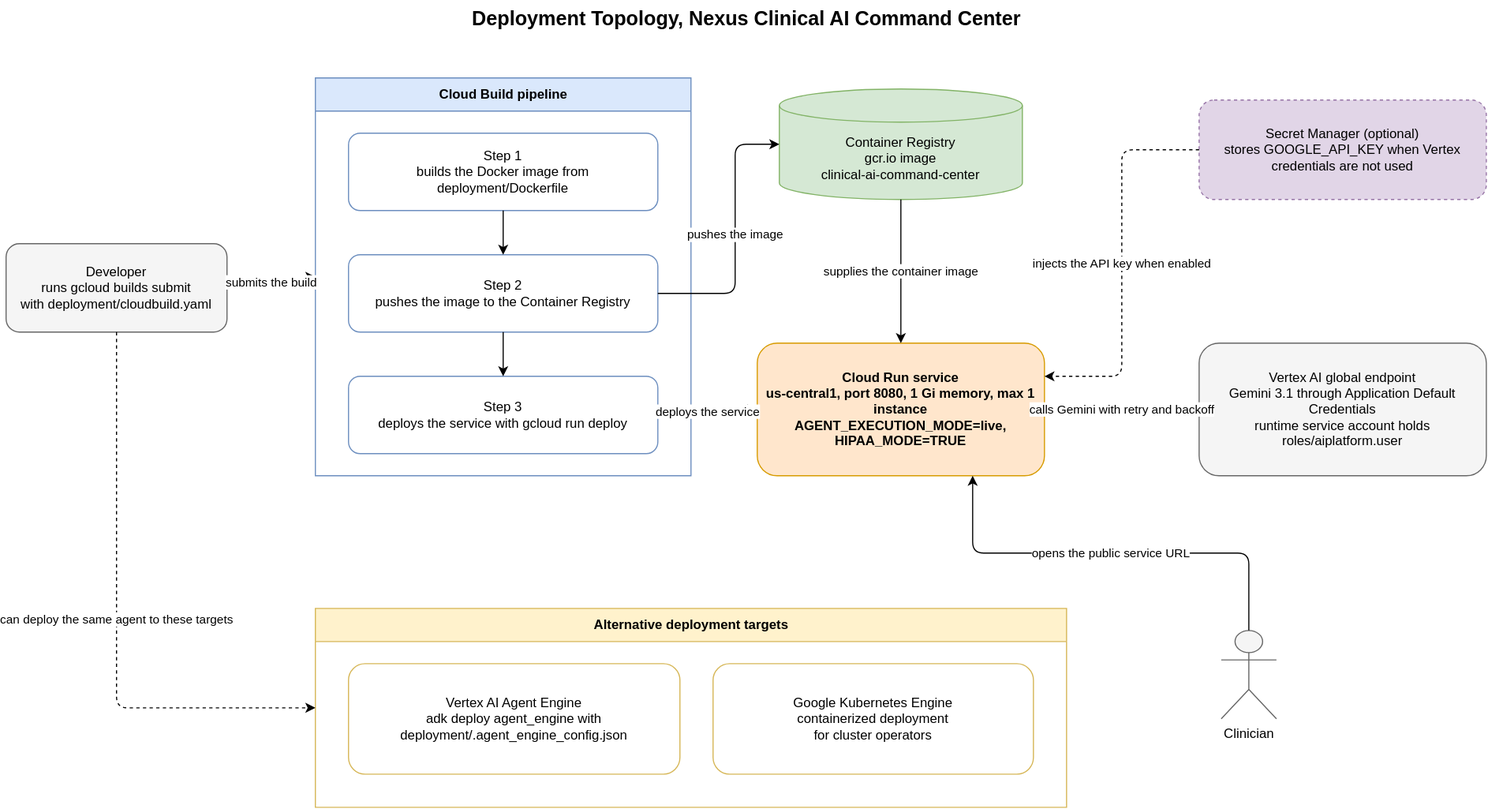
GeorgiNaydenov/Google-Capstone-Project keeps this draw.io diagram as frontend/public/diagrams/svg/04-deployment-topology.svg. Above is the earlier version. Source tidied: cells renumbered, new cells last; positions are measured from the earlier drawing's top-left corner, leaving out a move shared by most shapes.
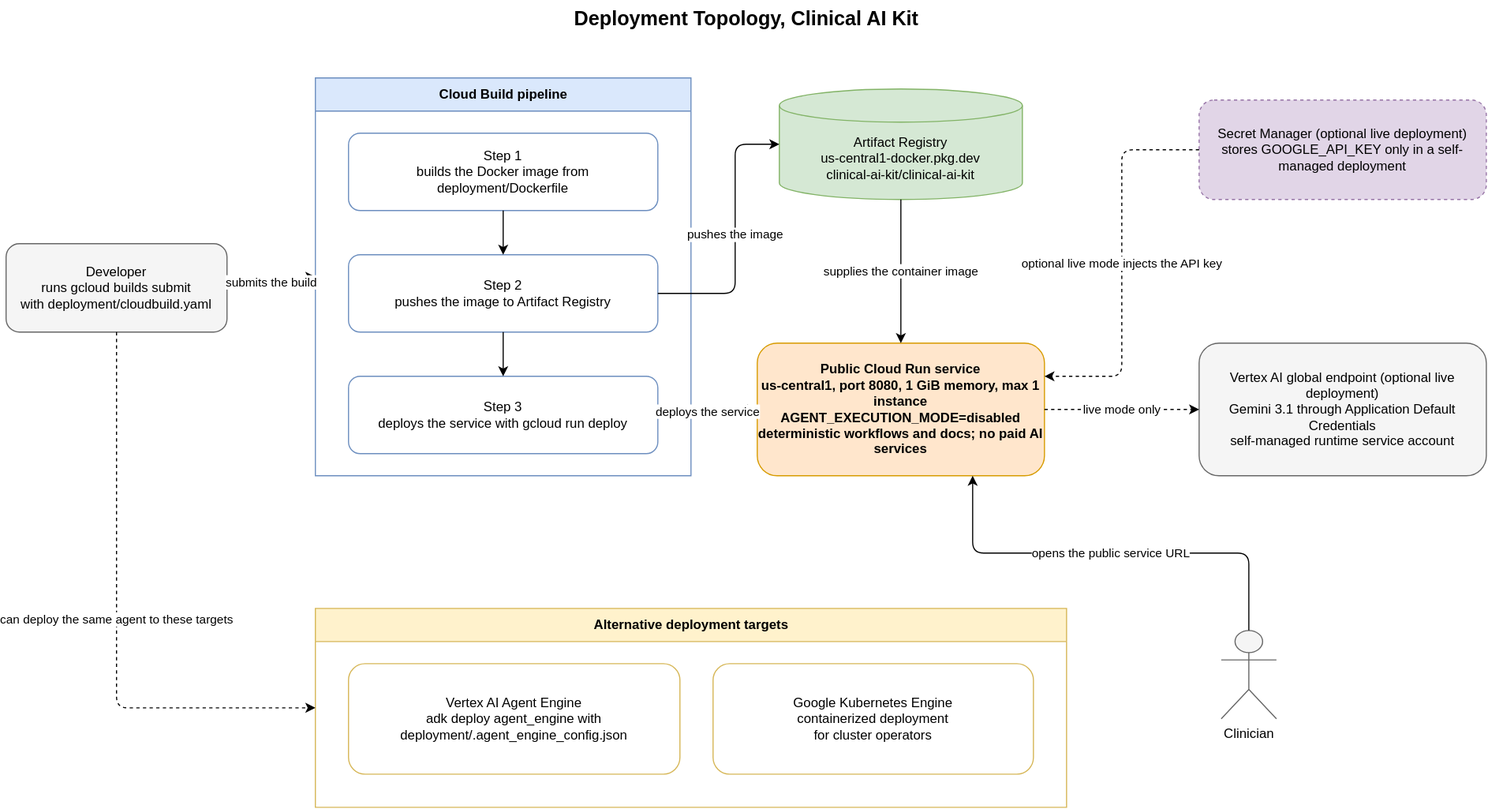
Later version of the same file.

Diff of the diagram source:
```diff
@@ -2,7 +2,7 @@
   <root>
     <mxCell id="0" />
     <mxCell id="1" parent="0" />
-    <mxCell id="2" value="Deployment Topology, Nexus Clinical AI Command Center" style="text;html=1;fontSize=18;fontStyle=1;align=center;" parent="1" vertex="1">
+    <mxCell id="2" value="Deployment Topology, Clinical AI Kit" style="text;html=1;fontSize=18;fontStyle=1;align=center;" parent="1" vertex="1">
       <mxGeometry x="320" width="700" height="30" as="geometry" />
     </mxCell>
     <mxCell id="3" value="Developer&#10;runs gcloud builds submit&#10;with deployment/cloudbuild.yaml" style="rounded=1;whiteSpace=wrap;html=1;fillColor=#f5f5f5;strokeColor=#666666;" parent="1" vertex="1">
@@ -14,22 +14,22 @@
     <mxCell id="5" value="Step 1&#10;builds the Docker image from deployment/Dockerfile" style="rounded=1;whiteSpace=wrap;html=1;fillColor=#ffffff;strokeColor=#6c8ebf;" parent="4" vertex="1">
       <mxGeometry x="30" y="50" width="280" height="70" as="geometry" />
     </mxCell>
-    <mxCell id="6" value="Step 2&#10;pushes the image to the Container Registry" style="rounded=1;whiteSpace=wrap;html=1;fillColor=#ffffff;strokeColor=#6c8ebf;" parent="4" vertex="1">
+    <mxCell id="6" value="Step 2&#10;pushes the image to Artifact Registry" style="rounded=1;whiteSpace=wrap;html=1;fillColor=#ffffff;strokeColor=#6c8ebf;" parent="4" vertex="1">
       <mxGeometry x="30" y="160" width="280" height="70" as="geometry" />
     </mxCell>
     <mxCell id="7" value="Step 3&#10;deploys the service with gcloud run deploy" style="rounded=1;whiteSpace=wrap;html=1;fillColor=#ffffff;strokeColor=#6c8ebf;" parent="4" vertex="1">
       <mxGeometry x="30" y="270" width="280" height="70" as="geometry" />
     </mxCell>
-    <mxCell id="8" value="Container Registry&#10;gcr.io image&#10;clinical-ai-command-center" style="shape=cylinder3;whiteSpace=wrap;html=1;fillColor=#d5e8d4;strokeColor=#82b366;boundedLbl=1;" parent="1" vertex="1">
+    <mxCell id="8" value="Artifact Registry&#10;us-central1-docker.pkg.dev&#10;clinical-ai-kit/clinical-ai-kit" style="shape=cylinder3;whiteSpace=wrap;html=1;fillColor=#d5e8d4;strokeColor=#82b366;boundedLbl=1;" parent="1" vertex="1">
       <mxGeometry x="700" y="80" width="220" height="100" as="geometry" />
     </mxCell>
-    <mxCell id="9" value="Cloud Run service&#10;us-central1, port 8080, 1 Gi memory, max 1 instance&#10;AGENT_EXECUTION_MODE=live, HIPAA_MODE=TRUE" style="rounded=1;whiteSpace=wrap;html=1;fillColor=#ffe6cc;strokeColor=#d79b00;fontStyle=1;" parent="1" vertex="1">
+    <mxCell id="9" value="Public Cloud Run service&#10;us-central1, port 8080, 1 GiB memory, max 1 instance&#10;AGENT_EXECUTION_MODE=disabled&#10;deterministic workflows and docs; no paid AI services" style="rounded=1;whiteSpace=wrap;html=1;fillColor=#ffe6cc;strokeColor=#d79b00;fontStyle=1;" parent="1" vertex="1">
       <mxGeometry x="680" y="310" width="260" height="120" as="geometry" />
     </mxCell>
-    <mxCell id="10" value="Vertex AI global endpoint&#10;Gemini 3.1 through Application Default Credentials&#10;runtime service account holds roles/aiplatform.user" style="rounded=1;whiteSpace=wrap;html=1;fillColor=#f5f5f5;strokeColor=#666666;" parent="1" vertex="1">
+    <mxCell id="10" value="Vertex AI global endpoint (optional live deployment)&#10;Gemini 3.1 through Application Default Credentials&#10;self-managed runtime service account" style="rounded=1;whiteSpace=wrap;html=1;fillColor=#f5f5f5;strokeColor=#666666;" parent="1" vertex="1">
       <mxGeometry x="1080" y="310" width="260" height="120" as="geometry" />
     </mxCell>
-    <mxCell id="11" value="Secret Manager (optional)&#10;stores GOOGLE_API_KEY when Vertex credentials are not used" style="rounded=1;whiteSpace=wrap;html=1;fillColor=#e1d5e7;strokeColor=#9673a6;dashed=1;" parent="1" vertex="1">
+    <mxCell id="11" value="Secret Manager (optional live deployment)&#10;stores GOOGLE_API_KEY only in a self-managed deployment" style="rounded=1;whiteSpace=wrap;html=1;fillColor=#e1d5e7;strokeColor=#9673a6;dashed=1;" parent="1" vertex="1">
       <mxGeometry x="1080" y="90" width="260" height="90" as="geometry" />
     </mxCell>
     <mxCell id="12" value="Alternative deployment targets" style="swimlane;startSize=30;fillColor=#fff2cc;strokeColor=#d6b656;html=1;fontStyle=1;" parent="1" vertex="1">
@@ -67,10 +67,10 @@
     <mxCell id="21" value="supplies the container image" style="edgeStyle=orthogonalEdgeStyle;rounded=1;jettySize=auto;html=1;exitX=0.5;exitY=1;entryX=0.5;entryY=0;labelBackgroundColor=#ffffff;fontSize=11;" parent="1" edge="1" source="8" target="9">
       <mxGeometry relative="1" as="geometry" />
     </mxCell>
-    <mxCell id="22" value="calls Gemini with retry and backoff" style="edgeStyle=orthogonalEdgeStyle;rounded=1;jettySize=auto;html=1;exitX=1;exitY=0.5;entryX=0;entryY=0.5;labelBackgroundColor=#ffffff;fontSize=11;" parent="1" edge="1" source="9" target="10">
+    <mxCell id="22" value="live mode only" style="edgeStyle=orthogonalEdgeStyle;rounded=1;jettySize=auto;html=1;dashed=1;exitX=1;exitY=0.5;entryX=0;entryY=0.5;labelBackgroundColor=#ffffff;fontSize=11;" parent="1" edge="1" source="9" target="10">
       <mxGeometry relative="1" as="geometry" />
     </mxCell>
-    <mxCell id="23" value="injects the API key when enabled" style="edgeStyle=orthogonalEdgeStyle;rounded=1;jettySize=auto;html=1;dashed=1;exitX=0;exitY=0.5;entryX=1;entryY=0.25;labelBackgroundColor=#ffffff;fontSize=11;" parent="1" edge="1" source="11" target="9">
+    <mxCell id="23" value="optional live mode injects the API key" style="edgeStyle=orthogonalEdgeStyle;rounded=1;jettySize=auto;html=1;dashed=1;exitX=0;exitY=0.5;entryX=1;entryY=0.25;labelBackgroundColor=#ffffff;fontSize=11;" parent="1" edge="1" source="11" target="9">
       <mxGeometry relative="1" as="geometry">
         <Array as="points">
           <mxPoint x="1010" y="135" />
```
